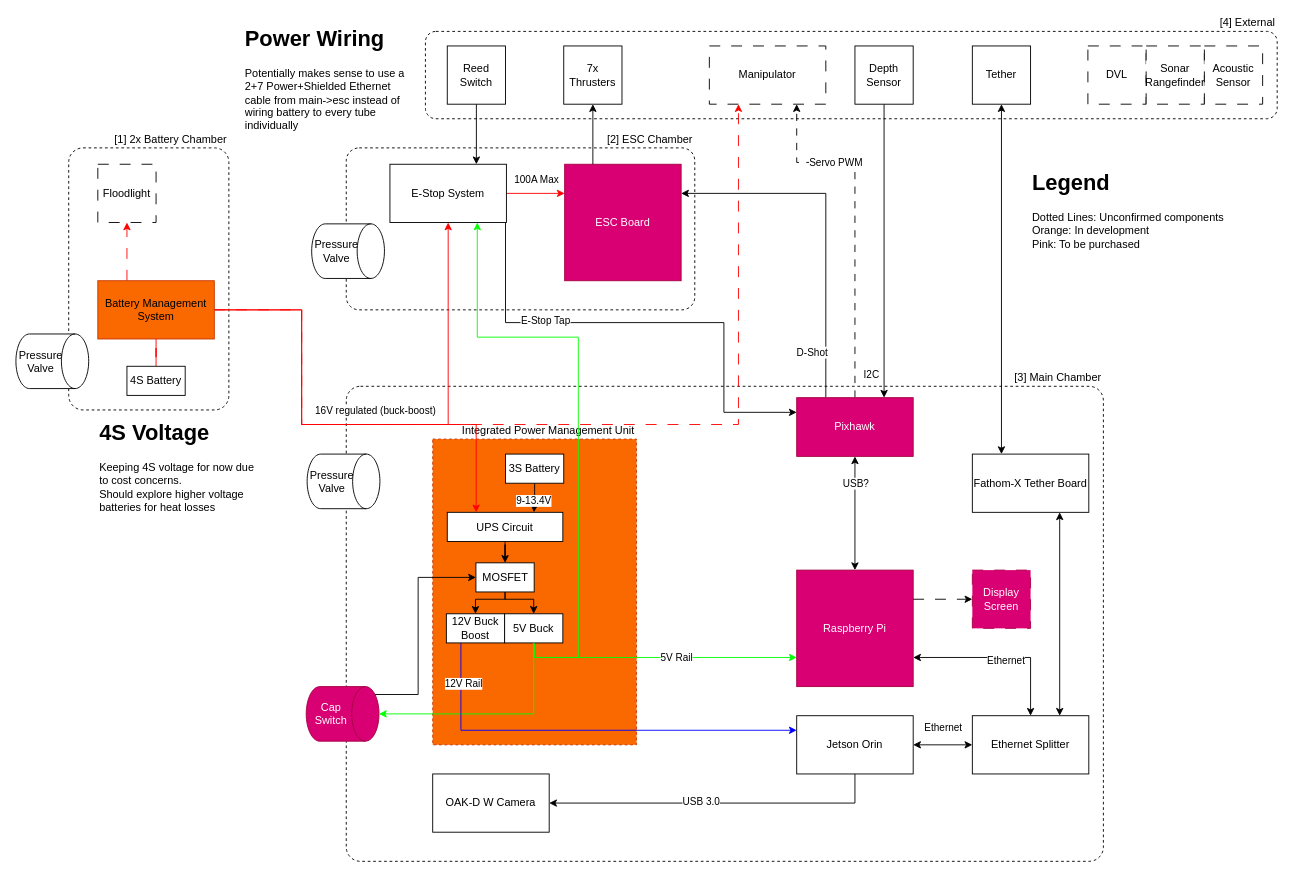
The draw.io diagram page "Block Diagram" (1 of 3) of elec-block-v2.drawio in SOAR-UWU/Nemo-Hardware, before the edit. Source tidied: cells renumbered, new cells numbered last; positions are measured from the earlier drawing's top-left corner, leaving out a move shared by most shapes. Both pictures are drawn from the tidied source at 91%, with x=0, y=0 at pixel (25, 20).
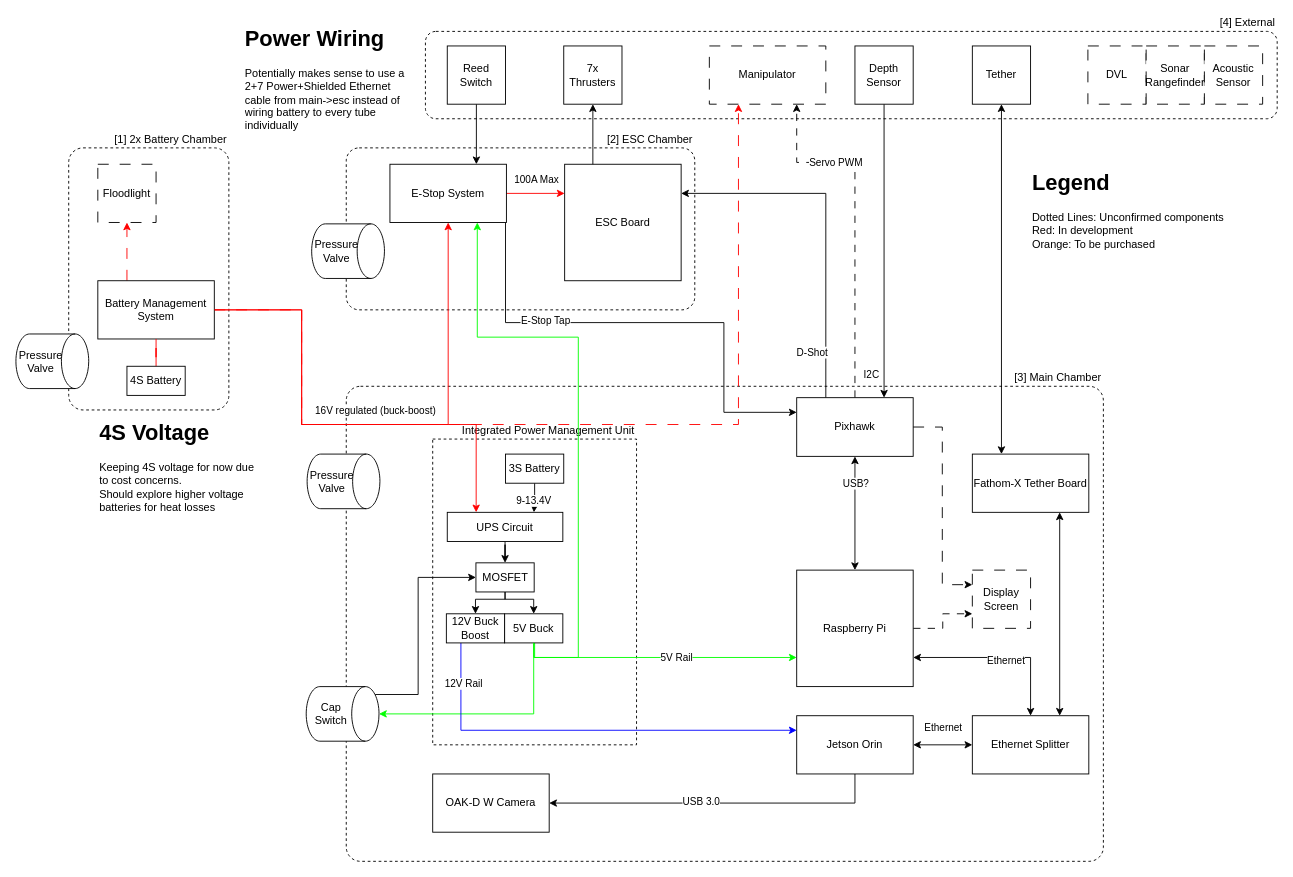
The same diagram, later.

The edit, as a diff of the source:
```diff
@@
-    <mxCell id="3" value="Integrated Power Management Unit" style="rounded=0;whiteSpace=wrap;html=1;dashed=1;verticalAlign=bottom;labelPosition=center;verticalLabelPosition=top;align=right;fillColor=#fa6800;fontColor=#000000;strokeColor=#C73500;" parent="1" vertex="1">
+    <mxCell id="3" value="Integrated Power Management Unit" style="rounded=0;whiteSpace=wrap;html=1;dashed=1;verticalAlign=bottom;labelPosition=center;verticalLabelPosition=top;align=right;fillColor=light-dark(#FFFFFF,#660000);" parent="1" vertex="1">
       <mxGeometry x="448" y="460" width="224" height="336" as="geometry" />
     </mxCell>
@@
-    <mxCell id="11" value="Battery Management System" style="rounded=0;whiteSpace=wrap;html=1;fillColor=#fa6800;fontColor=#000000;strokeColor=#C73500;" parent="1" vertex="1">
+    <mxCell id="11" value="Battery Management System" style="rounded=0;whiteSpace=wrap;html=1;fillColor=light-dark(#FFFFFF,#660000);" parent="1" vertex="1">
       <mxGeometry x="80" y="286" width="128" height="64" as="geometry" />
     </mxCell>
@@
+    <mxCell id="80" style="edgeStyle=orthogonalEdgeStyle;rounded=0;jettySize=auto;html=1;entryX=0;entryY=0.75;entryDx=0;entryDy=0;dashed=1;dashPattern=8 8;strokeColor=light-dark(#000000,#FF0000);exitX=1;exitY=0.5;exitDx=0;exitDy=0;" parent="1" edge="1" source="20" target="57">
+      <mxGeometry relative="1" as="geometry" />
+    </mxCell>
-    <mxCell id="20" value="Raspberry Pi" style="rounded=0;whiteSpace=wrap;html=1;fillColor=#d80073;fontColor=#ffffff;strokeColor=#A50040;" parent="1" vertex="1">
+    <mxCell id="20" value="Raspberry Pi" style="rounded=0;whiteSpace=wrap;html=1;fillColor=light-dark(#FFFFFF,#994C00);" parent="1" vertex="1">
       <mxGeometry x="848" y="604" width="128" height="128" as="geometry" />
     </mxCell>
@@
-    <mxCell id="22" value="ESC Board" style="rounded=0;whiteSpace=wrap;html=1;fillColor=#d80073;fontColor=#ffffff;strokeColor=#A50040;" parent="1" vertex="1">
+    <mxCell id="22" value="ESC Board" style="rounded=0;whiteSpace=wrap;html=1;fillColor=light-dark(#FFFFFF,#994C00);" parent="1" vertex="1">
       <mxGeometry x="593" y="158" width="128" height="128" as="geometry" />
     </mxCell>
@@
-    <mxCell id="41" value="Pixhawk" style="rounded=0;whiteSpace=wrap;html=1;fillColor=#d80073;fontColor=#ffffff;strokeColor=#A50040;" parent="1" vertex="1">
+    <mxCell id="41" value="Pixhawk" style="rounded=0;whiteSpace=wrap;html=1;fillColor=light-dark(#FFFFFF,#994C00);" parent="1" vertex="1">
       <mxGeometry x="848" y="414.5" width="128" height="64.5" as="geometry" />
     </mxCell>
@@
-    <mxCell id="57" value="Display Screen" style="rounded=0;whiteSpace=wrap;html=1;dashed=1;dashPattern=12 12;fillColor=#d80073;fontColor=#ffffff;strokeColor=#A50040;" parent="1" vertex="1">
+    <mxCell id="57" value="Display Screen" style="rounded=0;whiteSpace=wrap;html=1;dashed=1;dashPattern=12 12;fillColor=light-dark(#FFFFFF,#994C00);" parent="1" vertex="1">
       <mxGeometry x="1041" y="604" width="64" height="64" as="geometry" />
     </mxCell>
-    <mxCell id="58" style="edgeStyle=orthogonalEdgeStyle;rounded=0;jettySize=auto;html=1;dashed=1;dashPattern=12 12;exitX=1;exitY=0.25;exitDx=0;exitDy=0;" parent="1" edge="1" source="20" target="57">
-      <mxGeometry relative="1" as="geometry" />
+    <mxCell id="58" style="edgeStyle=orthogonalEdgeStyle;rounded=0;jettySize=auto;html=1;dashed=1;dashPattern=12 12;exitX=1;exitY=0.5;exitDx=0;exitDy=0;strokeColor=light-dark(#000000,#FF0000);entryX=0;entryY=0.25;entryDx=0;entryDy=0;" parent="1" edge="1" source="41" target="57">
+      <mxGeometry relative="1" as="geometry">
+        <Array as="points">
+          <mxPoint x="1008" y="446.8" />
+          <mxPoint x="1008" y="620" />
+        </Array>
+      </mxGeometry>
     </mxCell>
@@
-    <mxCell id="60" value="Cap Switch" style="shape=cylinder3;whiteSpace=wrap;html=1;boundedLbl=1;backgroundOutline=1;size=15;rotation=90;horizontal=0;fillColor=#d80073;fontColor=#ffffff;strokeColor=#A50040;" parent="1" vertex="1">
+    <mxCell id="60" value="Cap Switch" style="shape=cylinder3;whiteSpace=wrap;html=1;boundedLbl=1;backgroundOutline=1;size=15;rotation=90;horizontal=0;fillColor=light-dark(#FFFFFF,#994C00);" parent="1" vertex="1">
       <mxGeometry x="319" y="722" width="60" height="80" as="geometry" />
     </mxCell>
@@
-    <mxCell id="79" value="&lt;h1 style=&quot;margin-top: 0px;&quot;&gt;Legend&lt;/h1&gt;Dotted Lines: Unconfirmed components&lt;br&gt;Orange: In development&lt;br&gt;Pink: To be purchased" style="text;html=1;whiteSpace=wrap;overflow=hidden;rounded=0;" parent="1" vertex="1">
+    <mxCell id="79" value="&lt;h1 style=&quot;margin-top: 0px;&quot;&gt;Legend&lt;/h1&gt;Dotted Lines: Unconfirmed components&lt;br&gt;Red: In development&lt;br&gt;Orange: To be purchased" style="text;html=1;whiteSpace=wrap;overflow=hidden;rounded=0;" parent="1" vertex="1">
       <mxGeometry x="1105" y="158" width="256" height="120" as="geometry" />
     </mxCell>
```
